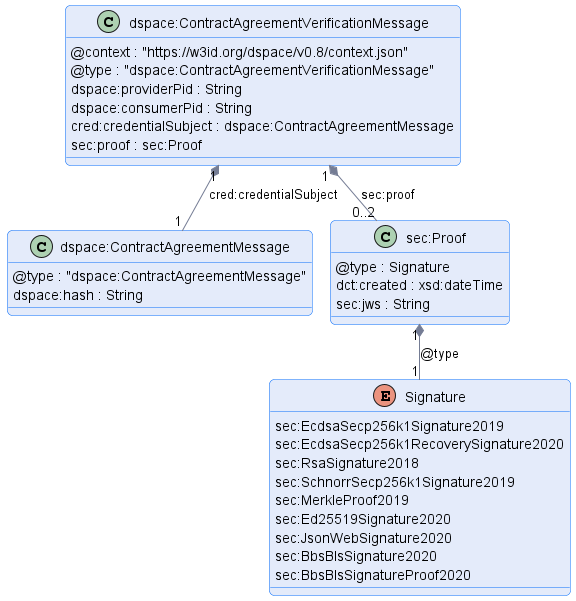
Before: negotiation/message/diagram/contract-agreement-verification-message.png, a diagram exported from PlantUML (International-Data-Spaces-Association/ids-specification).
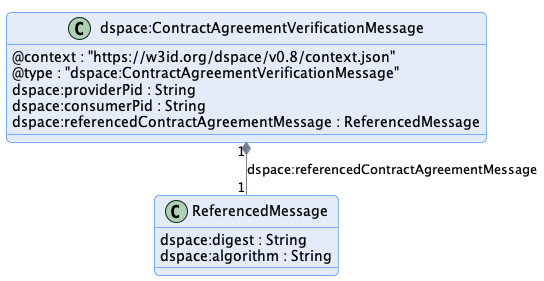
After the commit.

Commit message:
adopt agreement-msg and agreement-verification-msg to the new pattern

Diff of the diagram source:
```diff
@@ -11,35 +11,14 @@
     @type : "dspace:ContractAgreementVerificationMessage"
     dspace:providerPid : String
     dspace:consumerPid : String
-    cred:credentialSubject : dspace:ContractAgreementMessage
-    sec:proof : sec:Proof
+    dspace:referencedContractAgreementMessage : ReferencedMessage
 }
 
-class dspace:ContractAgreementMessage {
-    @type : "dspace:ContractAgreementMessage"
-    dspace:hash : String
+class ReferencedMessage {
+    dspace:digest : String
+    dspace:algorithm : String
 }
 
-class sec:Proof {
-    @type : Signature
-    dct:created : xsd:dateTime
-    sec:jws : String
-}
-
-enum Signature {
-    sec:EcdsaSecp256k1Signature2019
-    sec:EcdsaSecp256k1RecoverySignature2020
-    sec:RsaSignature2018
-    sec:SchnorrSecp256k1Signature2019
-    sec:MerkleProof2019
-    sec:Ed25519Signature2020
-    sec:JsonWebSignature2020
-    sec:BbsBlsSignature2020
-    sec:BbsBlsSignatureProof2020
-}
-
-"dspace:ContractAgreementVerificationMessage" "1" *-- "1" "dspace:ContractAgreementMessage" : "cred:credentialSubject"
-"dspace:ContractAgreementVerificationMessage" "1" *-- "0..2" "sec:Proof" : "sec:proof"
-"sec:Proof" "1" *-- "1" Signature : @type
+"dspace:ContractAgreementVerificationMessage" "1" *-- "1" "ReferencedMessage" : "dspace:referencedContractAgreementMessage"
 
 @enduml
```
